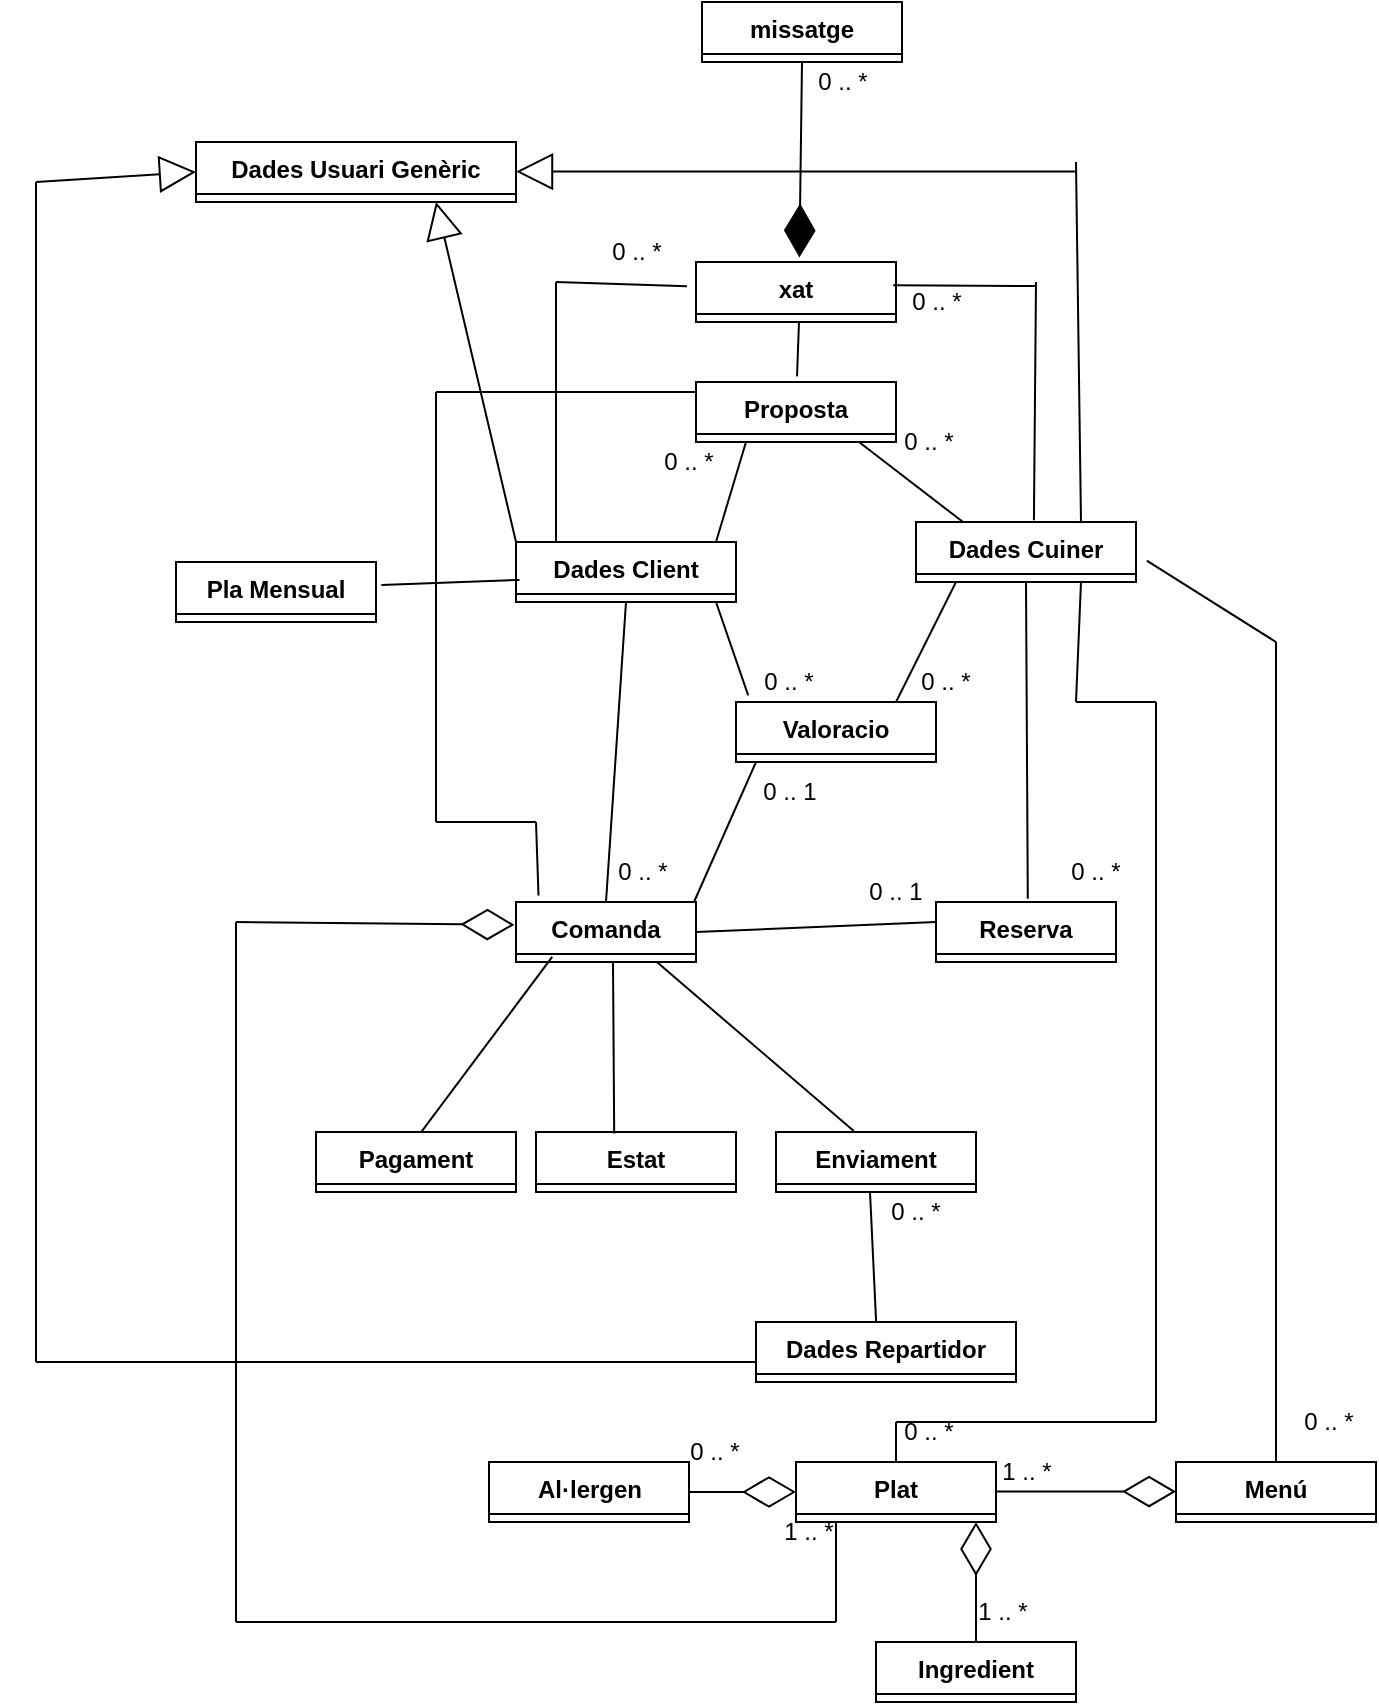
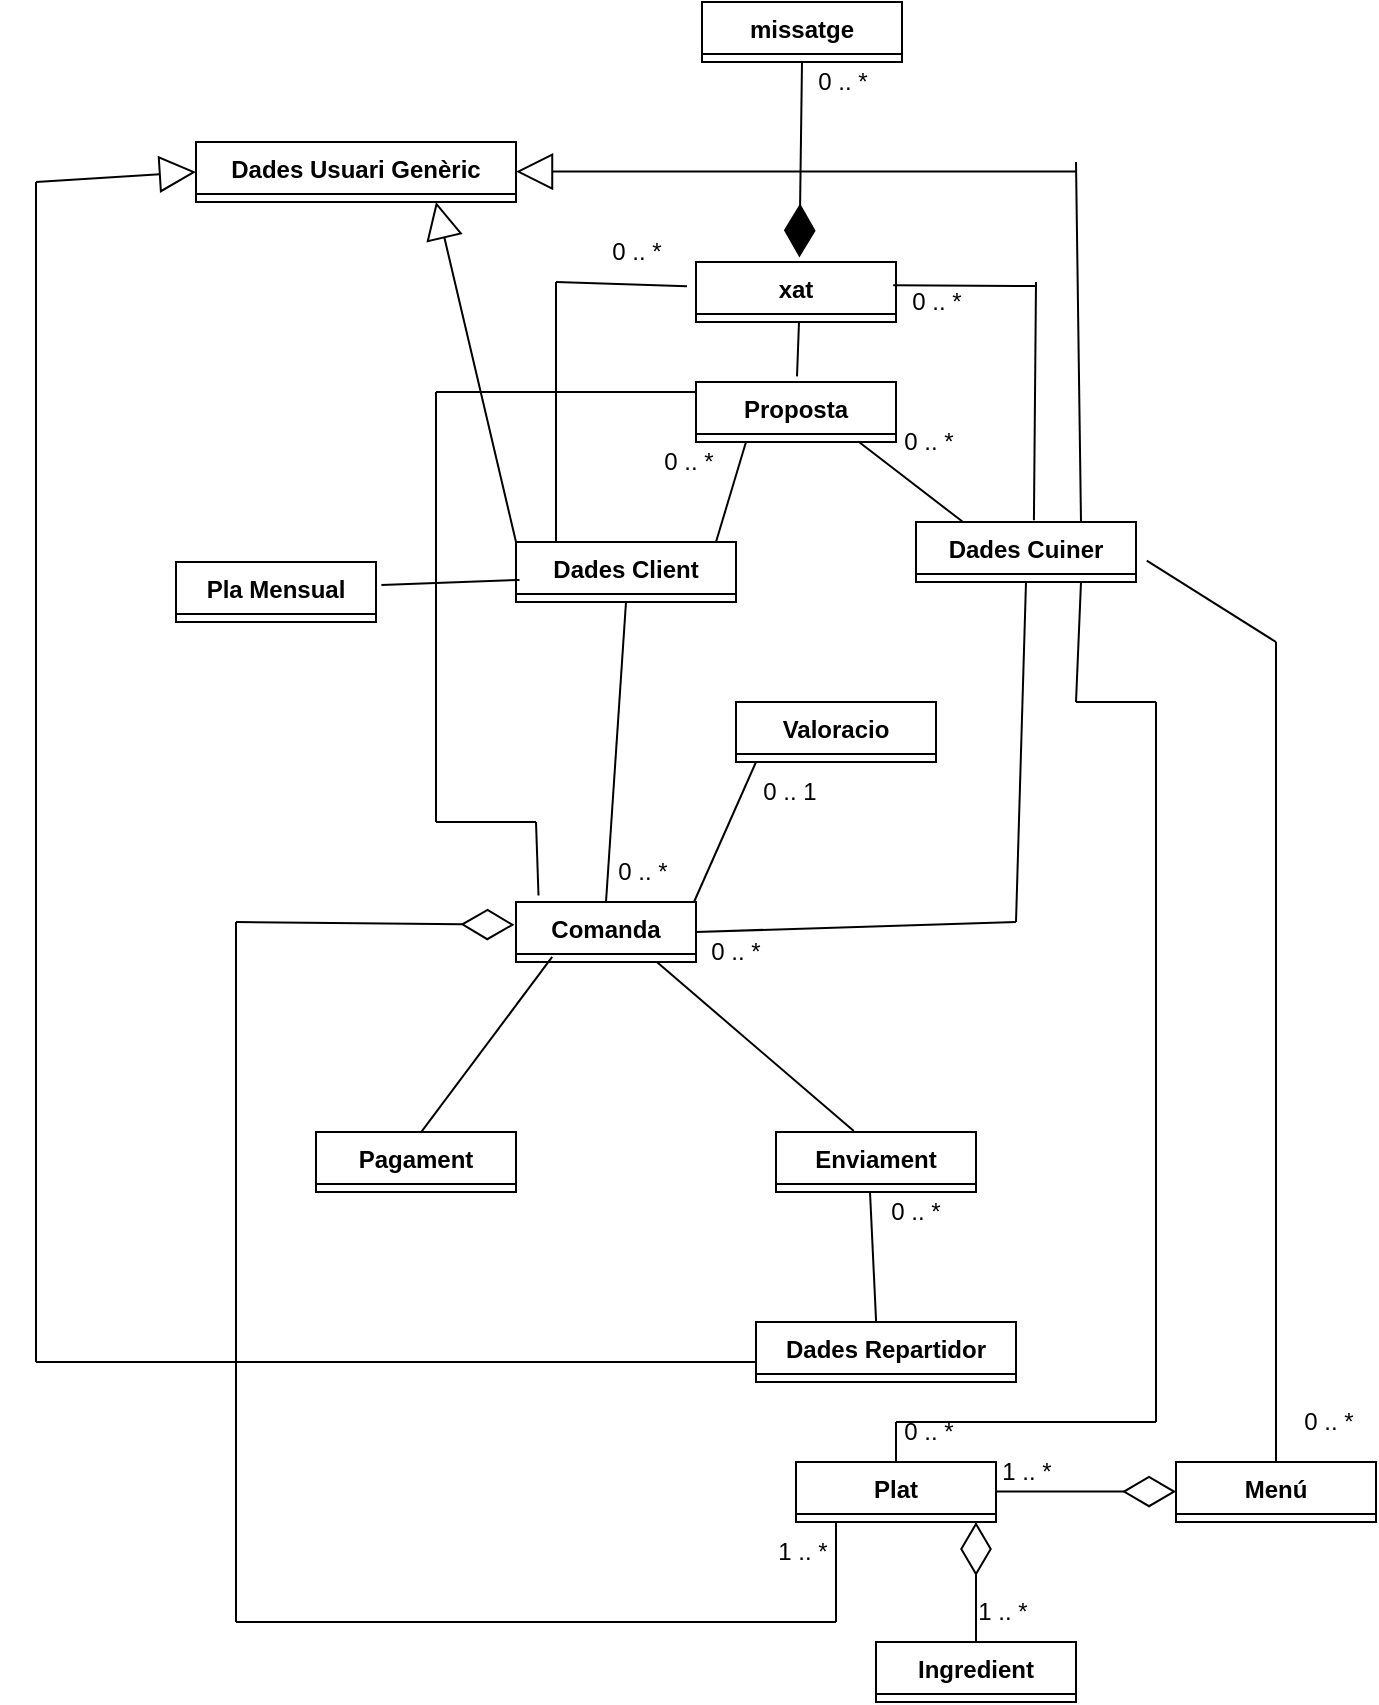
- <mxfile host="app.diagrams.net">
+ <mxfile host="Electron">
  <diagram name="Página-1" id="IOHTRHaeHgb_LXpDFm6y">
-     <mxGraphModel grid="1" page="1" gridSize="10" guides="1" tooltips="1" connect="1" arrows="1" fold="1" pageScale="1" pageWidth="827" pageHeight="1169" math="0" shadow="0">
+     <mxGraphModel dx="1078" dy="1909" grid="1" gridSize="10" guides="1" tooltips="1" connect="1" arrows="1" fold="1" page="1" pageScale="1" pageWidth="827" pageHeight="1169" math="0" shadow="0">
      <root>
        <mxCell id="0" />
        <mxCell id="1" parent="0" />
        <mxCell id="nV1tfetJPaH9jbZvS-Vc-1" collapsed="1" parent="1" style="swimlane;fontStyle=1;align=center;verticalAlign=top;childLayout=stackLayout;horizontal=1;startSize=26;horizontalStack=0;resizeParent=1;resizeParentMax=0;resizeLast=0;collapsible=1;marginBottom=0;whiteSpace=wrap;html=1;" value="Dades Client" vertex="1">
          <mxGeometry height="30" width="110" x="300" y="220" as="geometry">
            <mxRectangle height="70" width="160" x="300" y="250" as="alternateBounds" />
          </mxGeometry>
        </mxCell>
        <mxCell id="nV1tfetJPaH9jbZvS-Vc-2" parent="nV1tfetJPaH9jbZvS-Vc-1" style="text;strokeColor=none;fillColor=none;align=left;verticalAlign=top;spacingLeft=4;spacingRight=4;overflow=hidden;rotatable=0;points=[[0,0.5],[1,0.5]];portConstraint=eastwest;whiteSpace=wrap;html=1;" value="&amp;nbsp;" vertex="1">
          <mxGeometry height="14" width="160" y="26" as="geometry" />
        </mxCell>
        <mxCell id="nV1tfetJPaH9jbZvS-Vc-3" parent="nV1tfetJPaH9jbZvS-Vc-1" style="line;strokeWidth=1;fillColor=none;align=left;verticalAlign=middle;spacingTop=-1;spacingLeft=3;spacingRight=3;rotatable=0;labelPosition=right;points=[];portConstraint=eastwest;strokeColor=inherit;" value="" vertex="1">
          <mxGeometry height="8" width="160" y="40" as="geometry" />
        </mxCell>
        <mxCell id="nV1tfetJPaH9jbZvS-Vc-4" parent="nV1tfetJPaH9jbZvS-Vc-1" style="text;strokeColor=none;fillColor=none;align=left;verticalAlign=top;spacingLeft=4;spacingRight=4;overflow=hidden;rotatable=0;points=[[0,0.5],[1,0.5]];portConstraint=eastwest;whiteSpace=wrap;html=1;" value="&lt;font&gt;&amp;nbsp;&lt;/font&gt;" vertex="1">
          <mxGeometry height="22" width="160" y="48" as="geometry" />
        </mxCell>
        <mxCell id="RDBQi9pc5qZvOdEaVm8q-1" collapsed="1" parent="1" style="swimlane;fontStyle=1;align=center;verticalAlign=top;childLayout=stackLayout;horizontal=1;startSize=26;horizontalStack=0;resizeParent=1;resizeParentMax=0;resizeLast=0;collapsible=1;marginBottom=0;whiteSpace=wrap;html=1;" value="Dades Usuari Genèric" vertex="1">
          <mxGeometry height="30" width="160" x="140" y="20" as="geometry">
            <mxRectangle height="70" width="160" x="300" y="100" as="alternateBounds" />
          </mxGeometry>
        </mxCell>
        <mxCell id="RDBQi9pc5qZvOdEaVm8q-2" parent="RDBQi9pc5qZvOdEaVm8q-1" style="text;strokeColor=none;fillColor=none;align=left;verticalAlign=top;spacingLeft=4;spacingRight=4;overflow=hidden;rotatable=0;points=[[0,0.5],[1,0.5]];portConstraint=eastwest;whiteSpace=wrap;html=1;" value="&amp;nbsp;" vertex="1">
          <mxGeometry height="14" width="160" y="26" as="geometry" />
        </mxCell>
        <mxCell id="RDBQi9pc5qZvOdEaVm8q-3" parent="RDBQi9pc5qZvOdEaVm8q-1" style="line;strokeWidth=1;fillColor=none;align=left;verticalAlign=middle;spacingTop=-1;spacingLeft=3;spacingRight=3;rotatable=0;labelPosition=right;points=[];portConstraint=eastwest;strokeColor=inherit;" value="" vertex="1">
          <mxGeometry height="8" width="160" y="40" as="geometry" />
        </mxCell>
        <mxCell id="RDBQi9pc5qZvOdEaVm8q-4" parent="RDBQi9pc5qZvOdEaVm8q-1" style="text;strokeColor=none;fillColor=none;align=left;verticalAlign=top;spacingLeft=4;spacingRight=4;overflow=hidden;rotatable=0;points=[[0,0.5],[1,0.5]];portConstraint=eastwest;whiteSpace=wrap;html=1;" value="&lt;font&gt;&amp;nbsp;&lt;/font&gt;" vertex="1">
          <mxGeometry height="22" width="160" y="48" as="geometry" />
        </mxCell>
        <mxCell id="RDBQi9pc5qZvOdEaVm8q-6" collapsed="1" parent="1" style="swimlane;fontStyle=1;align=center;verticalAlign=top;childLayout=stackLayout;horizontal=1;startSize=26;horizontalStack=0;resizeParent=1;resizeParentMax=0;resizeLast=0;collapsible=1;marginBottom=0;whiteSpace=wrap;html=1;" value="Dades Cuiner" vertex="1">
          <mxGeometry height="30" width="110" x="500" y="210" as="geometry">
            <mxRectangle height="70" width="160" x="490" y="250" as="alternateBounds" />
          </mxGeometry>
        </mxCell>
        <mxCell id="RDBQi9pc5qZvOdEaVm8q-7" parent="RDBQi9pc5qZvOdEaVm8q-6" style="text;strokeColor=none;fillColor=none;align=left;verticalAlign=top;spacingLeft=4;spacingRight=4;overflow=hidden;rotatable=0;points=[[0,0.5],[1,0.5]];portConstraint=eastwest;whiteSpace=wrap;html=1;" value="&amp;nbsp;" vertex="1">
          <mxGeometry height="14" width="160" y="26" as="geometry" />
        </mxCell>
        <mxCell id="RDBQi9pc5qZvOdEaVm8q-8" parent="RDBQi9pc5qZvOdEaVm8q-6" style="line;strokeWidth=1;fillColor=none;align=left;verticalAlign=middle;spacingTop=-1;spacingLeft=3;spacingRight=3;rotatable=0;labelPosition=right;points=[];portConstraint=eastwest;strokeColor=inherit;" value="" vertex="1">
          <mxGeometry height="8" width="160" y="40" as="geometry" />
        </mxCell>
        <mxCell id="RDBQi9pc5qZvOdEaVm8q-9" parent="RDBQi9pc5qZvOdEaVm8q-6" style="text;strokeColor=none;fillColor=none;align=left;verticalAlign=top;spacingLeft=4;spacingRight=4;overflow=hidden;rotatable=0;points=[[0,0.5],[1,0.5]];portConstraint=eastwest;whiteSpace=wrap;html=1;" value="&lt;font&gt;&amp;nbsp;&lt;/font&gt;" vertex="1">
          <mxGeometry height="22" width="160" y="48" as="geometry" />
        </mxCell>
        <mxCell id="RDBQi9pc5qZvOdEaVm8q-138" edge="1" parent="RDBQi9pc5qZvOdEaVm8q-6" style="endArrow=none;html=1;rounded=0;" value="">
          <mxGeometry height="50" relative="1" width="50" as="geometry">
            <mxPoint x="10" y="10" as="sourcePoint" />
            <mxPoint x="60" y="-40" as="targetPoint" />
          </mxGeometry>
        </mxCell>
        <mxCell id="RDBQi9pc5qZvOdEaVm8q-10" collapsed="1" parent="1" style="swimlane;fontStyle=1;align=center;verticalAlign=top;childLayout=stackLayout;horizontal=1;startSize=26;horizontalStack=0;resizeParent=1;resizeParentMax=0;resizeLast=0;collapsible=1;marginBottom=0;whiteSpace=wrap;html=1;" value="Dades Repartidor" vertex="1">
          <mxGeometry height="30" width="130" x="420" y="610" as="geometry">
            <mxRectangle height="70" width="160" x="110" y="250" as="alternateBounds" />
          </mxGeometry>
        </mxCell>
        <mxCell id="RDBQi9pc5qZvOdEaVm8q-11" parent="RDBQi9pc5qZvOdEaVm8q-10" style="text;strokeColor=none;fillColor=none;align=left;verticalAlign=top;spacingLeft=4;spacingRight=4;overflow=hidden;rotatable=0;points=[[0,0.5],[1,0.5]];portConstraint=eastwest;whiteSpace=wrap;html=1;" value="&amp;nbsp;" vertex="1">
          <mxGeometry height="14" width="160" y="26" as="geometry" />
        </mxCell>
        <mxCell id="RDBQi9pc5qZvOdEaVm8q-12" parent="RDBQi9pc5qZvOdEaVm8q-10" style="line;strokeWidth=1;fillColor=none;align=left;verticalAlign=middle;spacingTop=-1;spacingLeft=3;spacingRight=3;rotatable=0;labelPosition=right;points=[];portConstraint=eastwest;strokeColor=inherit;" value="" vertex="1">
          <mxGeometry height="8" width="160" y="40" as="geometry" />
        </mxCell>
        <mxCell id="RDBQi9pc5qZvOdEaVm8q-13" parent="RDBQi9pc5qZvOdEaVm8q-10" style="text;strokeColor=none;fillColor=none;align=left;verticalAlign=top;spacingLeft=4;spacingRight=4;overflow=hidden;rotatable=0;points=[[0,0.5],[1,0.5]];portConstraint=eastwest;whiteSpace=wrap;html=1;" value="&lt;font&gt;&amp;nbsp;&lt;/font&gt;" vertex="1">
          <mxGeometry height="22" width="160" y="48" as="geometry" />
        </mxCell>
        <mxCell id="RDBQi9pc5qZvOdEaVm8q-14" collapsed="1" parent="1" style="swimlane;fontStyle=1;align=center;verticalAlign=top;childLayout=stackLayout;horizontal=1;startSize=26;horizontalStack=0;resizeParent=1;resizeParentMax=0;resizeLast=0;collapsible=1;marginBottom=0;whiteSpace=wrap;html=1;" value="Comanda" vertex="1">
          <mxGeometry height="30" width="90" x="300" y="400" as="geometry">
            <mxRectangle height="70" width="160" x="300" y="400" as="alternateBounds" />
          </mxGeometry>
        </mxCell>
        <mxCell id="RDBQi9pc5qZvOdEaVm8q-15" parent="RDBQi9pc5qZvOdEaVm8q-14" style="text;strokeColor=none;fillColor=none;align=left;verticalAlign=top;spacingLeft=4;spacingRight=4;overflow=hidden;rotatable=0;points=[[0,0.5],[1,0.5]];portConstraint=eastwest;whiteSpace=wrap;html=1;" value="&amp;nbsp;" vertex="1">
          <mxGeometry height="14" width="160" y="26" as="geometry" />
        </mxCell>
        <mxCell id="RDBQi9pc5qZvOdEaVm8q-16" parent="RDBQi9pc5qZvOdEaVm8q-14" style="line;strokeWidth=1;fillColor=none;align=left;verticalAlign=middle;spacingTop=-1;spacingLeft=3;spacingRight=3;rotatable=0;labelPosition=right;points=[];portConstraint=eastwest;strokeColor=inherit;" value="" vertex="1">
          <mxGeometry height="8" width="160" y="40" as="geometry" />
        </mxCell>
        <mxCell id="RDBQi9pc5qZvOdEaVm8q-17" parent="RDBQi9pc5qZvOdEaVm8q-14" style="text;strokeColor=none;fillColor=none;align=left;verticalAlign=top;spacingLeft=4;spacingRight=4;overflow=hidden;rotatable=0;points=[[0,0.5],[1,0.5]];portConstraint=eastwest;whiteSpace=wrap;html=1;" value="&lt;font&gt;&amp;nbsp;&lt;/font&gt;" vertex="1">
          <mxGeometry height="22" width="160" y="48" as="geometry" />
        </mxCell>
        <mxCell id="RDBQi9pc5qZvOdEaVm8q-18" edge="1" parent="1" source="RDBQi9pc5qZvOdEaVm8q-14" style="endArrow=none;html=1;rounded=0;exitX=0.5;exitY=0;exitDx=0;exitDy=0;entryX=0.5;entryY=1;entryDx=0;entryDy=0;" target="nV1tfetJPaH9jbZvS-Vc-1" value="">
          <mxGeometry height="50" relative="1" width="50" as="geometry">
            <mxPoint x="330" y="370" as="sourcePoint" />
            <mxPoint x="380" y="320" as="targetPoint" />
          </mxGeometry>
        </mxCell>
        <mxCell id="RDBQi9pc5qZvOdEaVm8q-19" parent="1" style="text;html=1;whiteSpace=wrap;strokeColor=none;fillColor=none;align=center;verticalAlign=middle;rounded=0;" value="0 .. *" vertex="1">
          <mxGeometry height="20" width="47" x="339.5" y="375" as="geometry" />
        </mxCell>
        <mxCell id="RDBQi9pc5qZvOdEaVm8q-21" collapsed="1" parent="1" style="swimlane;fontStyle=1;align=center;verticalAlign=top;childLayout=stackLayout;horizontal=1;startSize=26;horizontalStack=0;resizeParent=1;resizeParentMax=0;resizeLast=0;collapsible=1;marginBottom=0;whiteSpace=wrap;html=1;" value="Pagament" vertex="1">
          <mxGeometry height="30" width="100" x="200" y="515" as="geometry">
            <mxRectangle height="70" width="160" x="200" y="515" as="alternateBounds" />
          </mxGeometry>
        </mxCell>
        <mxCell id="RDBQi9pc5qZvOdEaVm8q-22" parent="RDBQi9pc5qZvOdEaVm8q-21" style="text;strokeColor=none;fillColor=none;align=left;verticalAlign=top;spacingLeft=4;spacingRight=4;overflow=hidden;rotatable=0;points=[[0,0.5],[1,0.5]];portConstraint=eastwest;whiteSpace=wrap;html=1;" value="&amp;nbsp;" vertex="1">
          <mxGeometry height="14" width="160" y="26" as="geometry" />
        </mxCell>
        <mxCell id="RDBQi9pc5qZvOdEaVm8q-23" parent="RDBQi9pc5qZvOdEaVm8q-21" style="line;strokeWidth=1;fillColor=none;align=left;verticalAlign=middle;spacingTop=-1;spacingLeft=3;spacingRight=3;rotatable=0;labelPosition=right;points=[];portConstraint=eastwest;strokeColor=inherit;" value="" vertex="1">
          <mxGeometry height="8" width="160" y="40" as="geometry" />
        </mxCell>
        <mxCell id="RDBQi9pc5qZvOdEaVm8q-24" parent="RDBQi9pc5qZvOdEaVm8q-21" style="text;strokeColor=none;fillColor=none;align=left;verticalAlign=top;spacingLeft=4;spacingRight=4;overflow=hidden;rotatable=0;points=[[0,0.5],[1,0.5]];portConstraint=eastwest;whiteSpace=wrap;html=1;" value="&lt;font&gt;&amp;nbsp;&lt;/font&gt;" vertex="1">
          <mxGeometry height="22" width="160" y="48" as="geometry" />
        </mxCell>
        <mxCell id="RDBQi9pc5qZvOdEaVm8q-25" collapsed="1" parent="1" style="swimlane;fontStyle=1;align=center;verticalAlign=top;childLayout=stackLayout;horizontal=1;startSize=26;horizontalStack=0;resizeParent=1;resizeParentMax=0;resizeLast=0;collapsible=1;marginBottom=0;whiteSpace=wrap;html=1;" value="Enviament" vertex="1">
          <mxGeometry height="30" width="100" x="430" y="515" as="geometry">
            <mxRectangle height="70" width="160" x="430" y="515" as="alternateBounds" />
          </mxGeometry>
        </mxCell>
        <mxCell id="RDBQi9pc5qZvOdEaVm8q-26" parent="RDBQi9pc5qZvOdEaVm8q-25" style="text;strokeColor=none;fillColor=none;align=left;verticalAlign=top;spacingLeft=4;spacingRight=4;overflow=hidden;rotatable=0;points=[[0,0.5],[1,0.5]];portConstraint=eastwest;whiteSpace=wrap;html=1;" value="&amp;nbsp;" vertex="1">
          <mxGeometry height="14" width="160" y="26" as="geometry" />
        </mxCell>
        <mxCell id="RDBQi9pc5qZvOdEaVm8q-27" parent="RDBQi9pc5qZvOdEaVm8q-25" style="line;strokeWidth=1;fillColor=none;align=left;verticalAlign=middle;spacingTop=-1;spacingLeft=3;spacingRight=3;rotatable=0;labelPosition=right;points=[];portConstraint=eastwest;strokeColor=inherit;" value="" vertex="1">
          <mxGeometry height="8" width="160" y="40" as="geometry" />
        </mxCell>
        <mxCell id="RDBQi9pc5qZvOdEaVm8q-28" parent="RDBQi9pc5qZvOdEaVm8q-25" style="text;strokeColor=none;fillColor=none;align=left;verticalAlign=top;spacingLeft=4;spacingRight=4;overflow=hidden;rotatable=0;points=[[0,0.5],[1,0.5]];portConstraint=eastwest;whiteSpace=wrap;html=1;" value="&lt;font&gt;&amp;nbsp;&lt;/font&gt;" vertex="1">
          <mxGeometry height="22" width="160" y="48" as="geometry" />
        </mxCell>
        <mxCell id="RDBQi9pc5qZvOdEaVm8q-29" edge="1" parent="1" source="RDBQi9pc5qZvOdEaVm8q-21" style="endArrow=none;html=1;rounded=0;exitX=0.524;exitY=0.011;exitDx=0;exitDy=0;exitPerimeter=0;entryX=0.201;entryY=0.915;entryDx=0;entryDy=0;entryPerimeter=0;" target="RDBQi9pc5qZvOdEaVm8q-17" value="">
          <mxGeometry height="50" relative="1" width="50" as="geometry">
            <mxPoint x="320" y="550" as="sourcePoint" />
            <mxPoint x="320" y="470" as="targetPoint" />
          </mxGeometry>
        </mxCell>
        <mxCell id="RDBQi9pc5qZvOdEaVm8q-30" edge="1" parent="1" source="RDBQi9pc5qZvOdEaVm8q-25" style="endArrow=none;html=1;rounded=0;exitX=0.389;exitY=-0.015;exitDx=0;exitDy=0;exitPerimeter=0;entryX=0.781;entryY=0.996;entryDx=0;entryDy=0;entryPerimeter=0;" target="RDBQi9pc5qZvOdEaVm8q-17" value="">
          <mxGeometry height="50" relative="1" width="50" as="geometry">
            <mxPoint x="420" y="550" as="sourcePoint" />
            <mxPoint x="420" y="470" as="targetPoint" />
          </mxGeometry>
        </mxCell>
-         <mxCell id="RDBQi9pc5qZvOdEaVm8q-33" collapsed="1" parent="1" style="swimlane;fontStyle=1;align=center;verticalAlign=top;childLayout=stackLayout;horizontal=1;startSize=26;horizontalStack=0;resizeParent=1;resizeParentMax=0;resizeLast=0;collapsible=1;marginBottom=0;whiteSpace=wrap;html=1;" value="Reserva" vertex="1">
-           <mxGeometry height="30" width="90" x="510" y="400" as="geometry">
-             <mxRectangle height="70" width="160" x="510" y="400" as="alternateBounds" />
-           </mxGeometry>
-         </mxCell>
-         <mxCell id="RDBQi9pc5qZvOdEaVm8q-34" parent="RDBQi9pc5qZvOdEaVm8q-33" style="text;strokeColor=none;fillColor=none;align=left;verticalAlign=top;spacingLeft=4;spacingRight=4;overflow=hidden;rotatable=0;points=[[0,0.5],[1,0.5]];portConstraint=eastwest;whiteSpace=wrap;html=1;" value="&amp;nbsp;" vertex="1">
-           <mxGeometry height="14" width="160" y="26" as="geometry" />
-         </mxCell>
-         <mxCell id="RDBQi9pc5qZvOdEaVm8q-35" parent="RDBQi9pc5qZvOdEaVm8q-33" style="line;strokeWidth=1;fillColor=none;align=left;verticalAlign=middle;spacingTop=-1;spacingLeft=3;spacingRight=3;rotatable=0;labelPosition=right;points=[];portConstraint=eastwest;strokeColor=inherit;" value="" vertex="1">
-           <mxGeometry height="8" width="160" y="40" as="geometry" />
-         </mxCell>
-         <mxCell id="RDBQi9pc5qZvOdEaVm8q-36" parent="RDBQi9pc5qZvOdEaVm8q-33" style="text;strokeColor=none;fillColor=none;align=left;verticalAlign=top;spacingLeft=4;spacingRight=4;overflow=hidden;rotatable=0;points=[[0,0.5],[1,0.5]];portConstraint=eastwest;whiteSpace=wrap;html=1;" value="&lt;font&gt;&amp;nbsp;&lt;/font&gt;" vertex="1">
-           <mxGeometry height="22" width="160" y="48" as="geometry" />
-         </mxCell>
-         <mxCell id="RDBQi9pc5qZvOdEaVm8q-37" edge="1" parent="1" source="RDBQi9pc5qZvOdEaVm8q-33" style="endArrow=none;html=1;rounded=0;exitX=0.51;exitY=-0.056;exitDx=0;exitDy=0;exitPerimeter=0;entryX=0.5;entryY=1;entryDx=0;entryDy=0;" target="RDBQi9pc5qZvOdEaVm8q-6" value="">
-           <mxGeometry height="50" relative="1" width="50" as="geometry">
-             <mxPoint x="540" y="370" as="sourcePoint" />
+         <mxCell id="RDBQi9pc5qZvOdEaVm8q-37" edge="1" parent="1" style="endArrow=none;html=1;rounded=0;entryX=0.5;entryY=1;entryDx=0;entryDy=0;" target="RDBQi9pc5qZvOdEaVm8q-6" value="">
+           <mxGeometry height="50" relative="1" width="50" as="geometry">
+             <mxPoint x="550" y="410" as="sourcePoint" />
            <mxPoint x="590" y="320" as="targetPoint" />
          </mxGeometry>
        </mxCell>
-         <mxCell id="RDBQi9pc5qZvOdEaVm8q-40" parent="1" style="text;html=1;whiteSpace=wrap;strokeColor=none;fillColor=none;align=center;verticalAlign=middle;rounded=0;" value="0 .. *" vertex="1">
-           <mxGeometry height="30" width="60" x="560" y="370" as="geometry" />
-         </mxCell>
        <mxCell id="RDBQi9pc5qZvOdEaVm8q-41" edge="1" parent="1" source="RDBQi9pc5qZvOdEaVm8q-14" style="endArrow=none;html=1;rounded=0;exitX=1;exitY=0.5;exitDx=0;exitDy=0;" value="">
          <mxGeometry height="50" relative="1" width="50" as="geometry">
            <mxPoint x="460" y="460" as="sourcePoint" />
-             <mxPoint x="510" y="410" as="targetPoint" />
-           </mxGeometry>
-         </mxCell>
-         <mxCell id="RDBQi9pc5qZvOdEaVm8q-44" parent="1" style="text;html=1;whiteSpace=wrap;strokeColor=none;fillColor=none;align=center;verticalAlign=middle;rounded=0;" value="0 .. 1" vertex="1">
-           <mxGeometry height="30" width="60" x="460" y="380" as="geometry" />
+             <mxPoint x="550" y="410" as="targetPoint" />
+           </mxGeometry>
+         </mxCell>
+         <mxCell id="RDBQi9pc5qZvOdEaVm8q-44" parent="1" style="text;html=1;whiteSpace=wrap;strokeColor=none;fillColor=none;align=center;verticalAlign=middle;rounded=0;" value="0 .. *" vertex="1">
+           <mxGeometry height="30" width="60" x="380" y="410" as="geometry" />
        </mxCell>
        <mxCell id="RDBQi9pc5qZvOdEaVm8q-46" edge="1" parent="1" source="RDBQi9pc5qZvOdEaVm8q-10" style="endArrow=none;html=1;rounded=0;exitX=0.462;exitY=0;exitDx=0;exitDy=0;exitPerimeter=0;entryX=0.781;entryY=0.996;entryDx=0;entryDy=0;entryPerimeter=0;" value="">
          <mxGeometry height="50" relative="1" width="50" as="geometry">
            <mxPoint x="576" y="630" as="sourcePoint" />
            <mxPoint x="477" y="545" as="targetPoint" />
          </mxGeometry>
        </mxCell>
        <mxCell id="RDBQi9pc5qZvOdEaVm8q-50" parent="1" style="text;html=1;whiteSpace=wrap;strokeColor=none;fillColor=none;align=center;verticalAlign=middle;rounded=0;" value="0 .. *" vertex="1">
          <mxGeometry height="20" width="40" x="480" y="545" as="geometry" />
        </mxCell>
        <mxCell id="RDBQi9pc5qZvOdEaVm8q-56" collapsed="1" parent="1" style="swimlane;fontStyle=1;align=center;verticalAlign=top;childLayout=stackLayout;horizontal=1;startSize=26;horizontalStack=0;resizeParent=1;resizeParentMax=0;resizeLast=0;collapsible=1;marginBottom=0;whiteSpace=wrap;html=1;" value="Plat" vertex="1">
          <mxGeometry height="30" width="100" x="440" y="680" as="geometry">
            <mxRectangle height="70" width="160" x="200" y="515" as="alternateBounds" />
          </mxGeometry>
        </mxCell>
        <mxCell id="RDBQi9pc5qZvOdEaVm8q-57" parent="RDBQi9pc5qZvOdEaVm8q-56" style="text;strokeColor=none;fillColor=none;align=left;verticalAlign=top;spacingLeft=4;spacingRight=4;overflow=hidden;rotatable=0;points=[[0,0.5],[1,0.5]];portConstraint=eastwest;whiteSpace=wrap;html=1;" value="&amp;nbsp;" vertex="1">
          <mxGeometry height="14" width="160" y="26" as="geometry" />
        </mxCell>
        <mxCell id="RDBQi9pc5qZvOdEaVm8q-58" parent="RDBQi9pc5qZvOdEaVm8q-56" style="line;strokeWidth=1;fillColor=none;align=left;verticalAlign=middle;spacingTop=-1;spacingLeft=3;spacingRight=3;rotatable=0;labelPosition=right;points=[];portConstraint=eastwest;strokeColor=inherit;" value="" vertex="1">
          <mxGeometry height="8" width="160" y="40" as="geometry" />
        </mxCell>
        <mxCell id="RDBQi9pc5qZvOdEaVm8q-59" parent="RDBQi9pc5qZvOdEaVm8q-56" style="text;strokeColor=none;fillColor=none;align=left;verticalAlign=top;spacingLeft=4;spacingRight=4;overflow=hidden;rotatable=0;points=[[0,0.5],[1,0.5]];portConstraint=eastwest;whiteSpace=wrap;html=1;" value="&lt;font&gt;&amp;nbsp;&lt;/font&gt;" vertex="1">
          <mxGeometry height="22" width="160" y="48" as="geometry" />
        </mxCell>
        <mxCell id="RDBQi9pc5qZvOdEaVm8q-71" edge="1" parent="RDBQi9pc5qZvOdEaVm8q-56" style="endArrow=diamondThin;endFill=1;endSize=24;html=1;rounded=0;" value="">
          <mxGeometry relative="1" width="160" as="geometry">
            <mxPoint x="60" y="14.759999999999991" as="sourcePoint" />
            <mxPoint x="220" y="14.759999999999991" as="targetPoint" />
          </mxGeometry>
        </mxCell>
        <mxCell id="RDBQi9pc5qZvOdEaVm8q-65" edge="1" parent="1" source="RDBQi9pc5qZvOdEaVm8q-60" style="endArrow=none;html=1;rounded=0;" value="">
          <mxGeometry height="50" relative="1" width="50" as="geometry">
            <mxPoint x="680" y="680" as="sourcePoint" />
            <mxPoint x="680" y="270" as="targetPoint" />
          </mxGeometry>
        </mxCell>
        <mxCell id="RDBQi9pc5qZvOdEaVm8q-67" edge="1" parent="1" source="RDBQi9pc5qZvOdEaVm8q-6" style="endArrow=none;html=1;rounded=0;exitX=1.049;exitY=0.644;exitDx=0;exitDy=0;exitPerimeter=0;" value="">
          <mxGeometry height="50" relative="1" width="50" as="geometry">
            <mxPoint x="630" y="320" as="sourcePoint" />
            <mxPoint x="680" y="270" as="targetPoint" />
          </mxGeometry>
        </mxCell>
        <mxCell id="RDBQi9pc5qZvOdEaVm8q-70" parent="1" style="text;html=1;whiteSpace=wrap;strokeColor=none;fillColor=none;align=center;verticalAlign=middle;rounded=0;" value="0 .. *" vertex="1">
          <mxGeometry height="20" width="47" x="683" y="650" as="geometry" />
        </mxCell>
        <mxCell id="RDBQi9pc5qZvOdEaVm8q-73" edge="1" parent="1" style="endArrow=none;html=1;rounded=0;" target="RDBQi9pc5qZvOdEaVm8q-60" value="">
          <mxGeometry height="50" relative="1" width="50" as="geometry">
            <mxPoint x="680" y="680" as="sourcePoint" />
            <mxPoint x="680" y="270" as="targetPoint" />
          </mxGeometry>
        </mxCell>
        <mxCell id="RDBQi9pc5qZvOdEaVm8q-60" collapsed="1" parent="1" style="swimlane;fontStyle=1;align=center;verticalAlign=top;childLayout=stackLayout;horizontal=1;startSize=26;horizontalStack=0;resizeParent=1;resizeParentMax=0;resizeLast=0;collapsible=1;marginBottom=0;whiteSpace=wrap;html=1;" value="Menú" vertex="1">
          <mxGeometry height="30" width="100" x="630" y="680" as="geometry">
            <mxRectangle height="70" width="160" x="200" y="515" as="alternateBounds" />
          </mxGeometry>
        </mxCell>
        <mxCell id="RDBQi9pc5qZvOdEaVm8q-61" parent="RDBQi9pc5qZvOdEaVm8q-60" style="text;strokeColor=none;fillColor=none;align=left;verticalAlign=top;spacingLeft=4;spacingRight=4;overflow=hidden;rotatable=0;points=[[0,0.5],[1,0.5]];portConstraint=eastwest;whiteSpace=wrap;html=1;" value="&amp;nbsp;" vertex="1">
          <mxGeometry height="14" width="160" y="26" as="geometry" />
        </mxCell>
        <mxCell id="RDBQi9pc5qZvOdEaVm8q-62" parent="RDBQi9pc5qZvOdEaVm8q-60" style="line;strokeWidth=1;fillColor=none;align=left;verticalAlign=middle;spacingTop=-1;spacingLeft=3;spacingRight=3;rotatable=0;labelPosition=right;points=[];portConstraint=eastwest;strokeColor=inherit;" value="" vertex="1">
          <mxGeometry height="8" width="160" y="40" as="geometry" />
        </mxCell>
        <mxCell id="RDBQi9pc5qZvOdEaVm8q-63" parent="RDBQi9pc5qZvOdEaVm8q-60" style="text;strokeColor=none;fillColor=none;align=left;verticalAlign=top;spacingLeft=4;spacingRight=4;overflow=hidden;rotatable=0;points=[[0,0.5],[1,0.5]];portConstraint=eastwest;whiteSpace=wrap;html=1;" value="&lt;font&gt;&amp;nbsp;&lt;/font&gt;" vertex="1">
          <mxGeometry height="22" width="160" y="48" as="geometry" />
        </mxCell>
        <mxCell id="RDBQi9pc5qZvOdEaVm8q-74" edge="1" parent="1" style="endArrow=diamondThin;endFill=0;endSize=24;html=1;rounded=0;" value="">
          <mxGeometry relative="1" width="160" as="geometry">
            <mxPoint x="540" y="694.76" as="sourcePoint" />
            <mxPoint x="630" y="694.76" as="targetPoint" />
          </mxGeometry>
        </mxCell>
        <mxCell id="RDBQi9pc5qZvOdEaVm8q-75" parent="1" style="text;html=1;whiteSpace=wrap;strokeColor=none;fillColor=none;align=center;verticalAlign=middle;rounded=0;" value="1 .. *" vertex="1">
          <mxGeometry height="10" width="27" x="541.5" y="680" as="geometry" />
        </mxCell>
        <mxCell id="RDBQi9pc5qZvOdEaVm8q-76" collapsed="1" parent="1" style="swimlane;fontStyle=1;align=center;verticalAlign=top;childLayout=stackLayout;horizontal=1;startSize=26;horizontalStack=0;resizeParent=1;resizeParentMax=0;resizeLast=0;collapsible=1;marginBottom=0;whiteSpace=wrap;html=1;" value="Ingredient" vertex="1">
          <mxGeometry height="30" width="100" x="480" y="770" as="geometry">
            <mxRectangle height="70" width="160" x="200" y="515" as="alternateBounds" />
          </mxGeometry>
        </mxCell>
        <mxCell id="RDBQi9pc5qZvOdEaVm8q-77" parent="RDBQi9pc5qZvOdEaVm8q-76" style="text;strokeColor=none;fillColor=none;align=left;verticalAlign=top;spacingLeft=4;spacingRight=4;overflow=hidden;rotatable=0;points=[[0,0.5],[1,0.5]];portConstraint=eastwest;whiteSpace=wrap;html=1;" value="&amp;nbsp;" vertex="1">
          <mxGeometry height="14" width="160" y="26" as="geometry" />
        </mxCell>
        <mxCell id="RDBQi9pc5qZvOdEaVm8q-78" parent="RDBQi9pc5qZvOdEaVm8q-76" style="line;strokeWidth=1;fillColor=none;align=left;verticalAlign=middle;spacingTop=-1;spacingLeft=3;spacingRight=3;rotatable=0;labelPosition=right;points=[];portConstraint=eastwest;strokeColor=inherit;" value="" vertex="1">
          <mxGeometry height="8" width="160" y="40" as="geometry" />
        </mxCell>
        <mxCell id="RDBQi9pc5qZvOdEaVm8q-79" parent="RDBQi9pc5qZvOdEaVm8q-76" style="text;strokeColor=none;fillColor=none;align=left;verticalAlign=top;spacingLeft=4;spacingRight=4;overflow=hidden;rotatable=0;points=[[0,0.5],[1,0.5]];portConstraint=eastwest;whiteSpace=wrap;html=1;" value="&lt;font&gt;&amp;nbsp;&lt;/font&gt;" vertex="1">
          <mxGeometry height="22" width="160" y="48" as="geometry" />
        </mxCell>
        <mxCell id="RDBQi9pc5qZvOdEaVm8q-80" edge="1" parent="1" source="RDBQi9pc5qZvOdEaVm8q-76" style="endArrow=diamondThin;endFill=0;endSize=24;html=1;rounded=0;exitX=0.5;exitY=0;exitDx=0;exitDy=0;" value="">
          <mxGeometry relative="1" width="160" as="geometry">
            <mxPoint x="530" y="760" as="sourcePoint" />
            <mxPoint x="530" y="710" as="targetPoint" />
          </mxGeometry>
        </mxCell>
        <mxCell id="RDBQi9pc5qZvOdEaVm8q-81" edge="1" parent="1" style="endArrow=none;html=1;rounded=0;" value="">
          <mxGeometry height="50" relative="1" width="50" as="geometry">
            <mxPoint x="490" y="680" as="sourcePoint" />
            <mxPoint x="490" y="660" as="targetPoint" />
          </mxGeometry>
        </mxCell>
        <mxCell id="RDBQi9pc5qZvOdEaVm8q-83" edge="1" parent="1" style="endArrow=none;html=1;rounded=0;" value="">
          <mxGeometry height="50" relative="1" width="50" as="geometry">
            <mxPoint x="490" y="660" as="sourcePoint" />
            <mxPoint x="620" y="660" as="targetPoint" />
          </mxGeometry>
        </mxCell>
        <mxCell id="RDBQi9pc5qZvOdEaVm8q-84" edge="1" parent="1" style="endArrow=none;html=1;rounded=0;" value="">
          <mxGeometry height="50" relative="1" width="50" as="geometry">
            <mxPoint x="620" y="660" as="sourcePoint" />
            <mxPoint x="620" y="300" as="targetPoint" />
          </mxGeometry>
        </mxCell>
        <mxCell id="RDBQi9pc5qZvOdEaVm8q-85" edge="1" parent="1" style="endArrow=none;html=1;rounded=0;" value="">
          <mxGeometry height="50" relative="1" width="50" as="geometry">
            <mxPoint x="580" y="300" as="sourcePoint" />
            <mxPoint x="620" y="300" as="targetPoint" />
          </mxGeometry>
        </mxCell>
        <mxCell id="RDBQi9pc5qZvOdEaVm8q-86" edge="1" parent="1" style="endArrow=none;html=1;rounded=0;entryX=0.75;entryY=1;entryDx=0;entryDy=0;" target="RDBQi9pc5qZvOdEaVm8q-6" value="">
          <mxGeometry height="50" relative="1" width="50" as="geometry">
            <mxPoint x="580" y="300" as="sourcePoint" />
            <mxPoint x="580" y="280" as="targetPoint" />
          </mxGeometry>
        </mxCell>
        <mxCell id="RDBQi9pc5qZvOdEaVm8q-87" collapsed="1" parent="1" style="swimlane;fontStyle=1;align=center;verticalAlign=top;childLayout=stackLayout;horizontal=1;startSize=26;horizontalStack=0;resizeParent=1;resizeParentMax=0;resizeLast=0;collapsible=1;marginBottom=0;whiteSpace=wrap;html=1;" value="xat" vertex="1">
          <mxGeometry height="30" width="100" x="390" y="80" as="geometry">
            <mxRectangle height="70" width="160" x="200" y="515" as="alternateBounds" />
          </mxGeometry>
        </mxCell>
        <mxCell id="RDBQi9pc5qZvOdEaVm8q-88" parent="RDBQi9pc5qZvOdEaVm8q-87" style="text;strokeColor=none;fillColor=none;align=left;verticalAlign=top;spacingLeft=4;spacingRight=4;overflow=hidden;rotatable=0;points=[[0,0.5],[1,0.5]];portConstraint=eastwest;whiteSpace=wrap;html=1;" value="&amp;nbsp;" vertex="1">
          <mxGeometry height="14" width="160" y="26" as="geometry" />
        </mxCell>
        <mxCell id="RDBQi9pc5qZvOdEaVm8q-89" parent="RDBQi9pc5qZvOdEaVm8q-87" style="line;strokeWidth=1;fillColor=none;align=left;verticalAlign=middle;spacingTop=-1;spacingLeft=3;spacingRight=3;rotatable=0;labelPosition=right;points=[];portConstraint=eastwest;strokeColor=inherit;" value="" vertex="1">
          <mxGeometry height="8" width="160" y="40" as="geometry" />
        </mxCell>
        <mxCell id="RDBQi9pc5qZvOdEaVm8q-90" parent="RDBQi9pc5qZvOdEaVm8q-87" style="text;strokeColor=none;fillColor=none;align=left;verticalAlign=top;spacingLeft=4;spacingRight=4;overflow=hidden;rotatable=0;points=[[0,0.5],[1,0.5]];portConstraint=eastwest;whiteSpace=wrap;html=1;" value="&lt;font&gt;&amp;nbsp;&lt;/font&gt;" vertex="1">
          <mxGeometry height="22" width="160" y="48" as="geometry" />
        </mxCell>
        <mxCell id="RDBQi9pc5qZvOdEaVm8q-95" collapsed="1" parent="1" style="swimlane;fontStyle=1;align=center;verticalAlign=top;childLayout=stackLayout;horizontal=1;startSize=26;horizontalStack=0;resizeParent=1;resizeParentMax=0;resizeLast=0;collapsible=1;marginBottom=0;whiteSpace=wrap;html=1;" value="Valoracio" vertex="1">
          <mxGeometry height="30" width="100" x="410" y="300" as="geometry">
            <mxRectangle height="70" width="160" x="200" y="515" as="alternateBounds" />
          </mxGeometry>
        </mxCell>
        <mxCell id="RDBQi9pc5qZvOdEaVm8q-96" parent="RDBQi9pc5qZvOdEaVm8q-95" style="text;strokeColor=none;fillColor=none;align=left;verticalAlign=top;spacingLeft=4;spacingRight=4;overflow=hidden;rotatable=0;points=[[0,0.5],[1,0.5]];portConstraint=eastwest;whiteSpace=wrap;html=1;" value="&amp;nbsp;" vertex="1">
          <mxGeometry height="14" width="160" y="26" as="geometry" />
        </mxCell>
        <mxCell id="RDBQi9pc5qZvOdEaVm8q-97" parent="RDBQi9pc5qZvOdEaVm8q-95" style="line;strokeWidth=1;fillColor=none;align=left;verticalAlign=middle;spacingTop=-1;spacingLeft=3;spacingRight=3;rotatable=0;labelPosition=right;points=[];portConstraint=eastwest;strokeColor=inherit;" value="" vertex="1">
          <mxGeometry height="8" width="160" y="40" as="geometry" />
        </mxCell>
        <mxCell id="RDBQi9pc5qZvOdEaVm8q-98" parent="RDBQi9pc5qZvOdEaVm8q-95" style="text;strokeColor=none;fillColor=none;align=left;verticalAlign=top;spacingLeft=4;spacingRight=4;overflow=hidden;rotatable=0;points=[[0,0.5],[1,0.5]];portConstraint=eastwest;whiteSpace=wrap;html=1;" value="&lt;font&gt;&amp;nbsp;&lt;/font&gt;" vertex="1">
          <mxGeometry height="22" width="160" y="48" as="geometry" />
        </mxCell>
        <mxCell id="RDBQi9pc5qZvOdEaVm8q-102" parent="RDBQi9pc5qZvOdEaVm8q-95" style="text;html=1;whiteSpace=wrap;strokeColor=none;fillColor=none;align=center;verticalAlign=middle;rounded=0;" value="0 .. *" vertex="1">
          <mxGeometry height="20" width="47" x="4" y="30" as="geometry" />
        </mxCell>
-         <mxCell id="RDBQi9pc5qZvOdEaVm8q-99" edge="1" parent="1" source="RDBQi9pc5qZvOdEaVm8q-95" style="endArrow=none;html=1;rounded=0;exitX=0.061;exitY=-0.11;exitDx=0;exitDy=0;exitPerimeter=0;" value="">
-           <mxGeometry height="50" relative="1" width="50" as="geometry">
-             <mxPoint x="350" y="300" as="sourcePoint" />
-             <mxPoint x="400" y="250" as="targetPoint" />
-           </mxGeometry>
-         </mxCell>
-         <mxCell id="RDBQi9pc5qZvOdEaVm8q-100" parent="1" style="text;html=1;whiteSpace=wrap;strokeColor=none;fillColor=none;align=center;verticalAlign=middle;rounded=0;" value="0 .. *" vertex="1">
-           <mxGeometry height="20" width="47" x="413" y="280" as="geometry" />
-         </mxCell>
        <mxCell id="RDBQi9pc5qZvOdEaVm8q-101" edge="1" parent="1" style="endArrow=none;html=1;rounded=0;" value="">
          <mxGeometry height="50" relative="1" width="50" as="geometry">
            <mxPoint x="389" y="400" as="sourcePoint" />
            <mxPoint x="420" y="330" as="targetPoint" />
          </mxGeometry>
        </mxCell>
        <mxCell id="RDBQi9pc5qZvOdEaVm8q-103" parent="1" style="text;html=1;whiteSpace=wrap;strokeColor=none;fillColor=none;align=center;verticalAlign=middle;rounded=0;" value="0 .. 1" vertex="1">
          <mxGeometry height="10" width="30" x="421.5" y="340" as="geometry" />
        </mxCell>
-         <mxCell id="RDBQi9pc5qZvOdEaVm8q-104" edge="1" parent="1" style="endArrow=none;html=1;rounded=0;" value="">
-           <mxGeometry height="50" relative="1" width="50" as="geometry">
-             <mxPoint x="490" y="300" as="sourcePoint" />
-             <mxPoint x="520" y="240" as="targetPoint" />
-           </mxGeometry>
-         </mxCell>
-         <mxCell id="RDBQi9pc5qZvOdEaVm8q-105" parent="1" style="text;html=1;whiteSpace=wrap;strokeColor=none;fillColor=none;align=center;verticalAlign=middle;rounded=0;" value="0 .. *" vertex="1">
-           <mxGeometry height="20" width="30" x="500" y="280" as="geometry" />
-         </mxCell>
        <mxCell id="RDBQi9pc5qZvOdEaVm8q-106" edge="1" parent="1" style="endArrow=none;html=1;rounded=0;" value="">
          <mxGeometry height="50" relative="1" width="50" as="geometry">
            <mxPoint x="320" y="220" as="sourcePoint" />
            <mxPoint x="320" y="90" as="targetPoint" />
          </mxGeometry>
        </mxCell>
        <mxCell id="RDBQi9pc5qZvOdEaVm8q-107" edge="1" parent="1" style="endArrow=none;html=1;rounded=0;entryX=-0.045;entryY=0.405;entryDx=0;entryDy=0;entryPerimeter=0;" target="RDBQi9pc5qZvOdEaVm8q-87" value="">
          <mxGeometry height="50" relative="1" width="50" as="geometry">
            <mxPoint x="320" y="90" as="sourcePoint" />
            <mxPoint x="370" y="110" as="targetPoint" />
          </mxGeometry>
        </mxCell>
-         <mxCell id="RDBQi9pc5qZvOdEaVm8q-109" collapsed="1" parent="1" style="swimlane;fontStyle=1;align=center;verticalAlign=top;childLayout=stackLayout;horizontal=1;startSize=26;horizontalStack=0;resizeParent=1;resizeParentMax=0;resizeLast=0;collapsible=1;marginBottom=0;whiteSpace=wrap;html=1;" value="Al·lergen" vertex="1">
-           <mxGeometry height="30" width="100" x="286.5" y="680" as="geometry">
-             <mxRectangle height="70" width="160" x="200" y="515" as="alternateBounds" />
-           </mxGeometry>
-         </mxCell>
-         <mxCell id="RDBQi9pc5qZvOdEaVm8q-110" parent="RDBQi9pc5qZvOdEaVm8q-109" style="text;strokeColor=none;fillColor=none;align=left;verticalAlign=top;spacingLeft=4;spacingRight=4;overflow=hidden;rotatable=0;points=[[0,0.5],[1,0.5]];portConstraint=eastwest;whiteSpace=wrap;html=1;" value="&amp;nbsp;" vertex="1">
-           <mxGeometry height="14" width="160" y="26" as="geometry" />
-         </mxCell>
-         <mxCell id="RDBQi9pc5qZvOdEaVm8q-111" parent="RDBQi9pc5qZvOdEaVm8q-109" style="line;strokeWidth=1;fillColor=none;align=left;verticalAlign=middle;spacingTop=-1;spacingLeft=3;spacingRight=3;rotatable=0;labelPosition=right;points=[];portConstraint=eastwest;strokeColor=inherit;" value="" vertex="1">
-           <mxGeometry height="8" width="160" y="40" as="geometry" />
-         </mxCell>
-         <mxCell id="RDBQi9pc5qZvOdEaVm8q-112" parent="RDBQi9pc5qZvOdEaVm8q-109" style="text;strokeColor=none;fillColor=none;align=left;verticalAlign=top;spacingLeft=4;spacingRight=4;overflow=hidden;rotatable=0;points=[[0,0.5],[1,0.5]];portConstraint=eastwest;whiteSpace=wrap;html=1;" value="&lt;font&gt;&amp;nbsp;&lt;/font&gt;" vertex="1">
-           <mxGeometry height="22" width="160" y="48" as="geometry" />
-         </mxCell>
-         <mxCell id="RDBQi9pc5qZvOdEaVm8q-114" edge="1" parent="1" source="RDBQi9pc5qZvOdEaVm8q-109" style="endArrow=diamondThin;endFill=0;endSize=24;html=1;rounded=0;exitX=1;exitY=0.5;exitDx=0;exitDy=0;entryX=0;entryY=0.5;entryDx=0;entryDy=0;" target="RDBQi9pc5qZvOdEaVm8q-56" value="">
-           <mxGeometry relative="1" width="160" as="geometry">
-             <mxPoint x="367" y="720" as="sourcePoint" />
-             <mxPoint x="410" y="690" as="targetPoint" />
-           </mxGeometry>
-         </mxCell>
        <mxCell id="RDBQi9pc5qZvOdEaVm8q-115" parent="1" style="text;html=1;whiteSpace=wrap;strokeColor=none;fillColor=none;align=center;verticalAlign=middle;rounded=0;" value="1 .. *" vertex="1">
          <mxGeometry height="10" width="27" x="530" y="750" as="geometry" />
        </mxCell>
-         <mxCell id="RDBQi9pc5qZvOdEaVm8q-116" parent="1" style="text;html=1;whiteSpace=wrap;strokeColor=none;fillColor=none;align=center;verticalAlign=middle;rounded=0;" value="0 .. *" vertex="1">
-           <mxGeometry height="10" width="27" x="386" y="670" as="geometry" />
-         </mxCell>
        <mxCell id="RDBQi9pc5qZvOdEaVm8q-117" parent="1" style="text;html=1;whiteSpace=wrap;strokeColor=none;fillColor=none;align=center;verticalAlign=middle;rounded=0;" value="0 .. *" vertex="1">
          <mxGeometry height="10" width="27" x="493" y="660" as="geometry" />
        </mxCell>
-         <mxCell id="RDBQi9pc5qZvOdEaVm8q-119" collapsed="1" parent="1" style="swimlane;fontStyle=1;align=center;verticalAlign=top;childLayout=stackLayout;horizontal=1;startSize=26;horizontalStack=0;resizeParent=1;resizeParentMax=0;resizeLast=0;collapsible=1;marginBottom=0;whiteSpace=wrap;html=1;" value="Estat" vertex="1">
-           <mxGeometry height="30" width="100" x="310" y="515" as="geometry">
-             <mxRectangle height="70" width="160" x="200" y="515" as="alternateBounds" />
-           </mxGeometry>
-         </mxCell>
-         <mxCell id="RDBQi9pc5qZvOdEaVm8q-120" parent="RDBQi9pc5qZvOdEaVm8q-119" style="text;strokeColor=none;fillColor=none;align=left;verticalAlign=top;spacingLeft=4;spacingRight=4;overflow=hidden;rotatable=0;points=[[0,0.5],[1,0.5]];portConstraint=eastwest;whiteSpace=wrap;html=1;" value="&amp;nbsp;" vertex="1">
-           <mxGeometry height="14" width="160" y="26" as="geometry" />
-         </mxCell>
-         <mxCell id="RDBQi9pc5qZvOdEaVm8q-121" parent="RDBQi9pc5qZvOdEaVm8q-119" style="line;strokeWidth=1;fillColor=none;align=left;verticalAlign=middle;spacingTop=-1;spacingLeft=3;spacingRight=3;rotatable=0;labelPosition=right;points=[];portConstraint=eastwest;strokeColor=inherit;" value="" vertex="1">
-           <mxGeometry height="8" width="160" y="40" as="geometry" />
-         </mxCell>
-         <mxCell id="RDBQi9pc5qZvOdEaVm8q-122" parent="RDBQi9pc5qZvOdEaVm8q-119" style="text;strokeColor=none;fillColor=none;align=left;verticalAlign=top;spacingLeft=4;spacingRight=4;overflow=hidden;rotatable=0;points=[[0,0.5],[1,0.5]];portConstraint=eastwest;whiteSpace=wrap;html=1;" value="&lt;font&gt;&amp;nbsp;&lt;/font&gt;" vertex="1">
-           <mxGeometry height="22" width="160" y="48" as="geometry" />
-         </mxCell>
-         <mxCell id="RDBQi9pc5qZvOdEaVm8q-123" edge="1" parent="1" source="RDBQi9pc5qZvOdEaVm8q-119" style="endArrow=none;html=1;rounded=0;exitX=0.391;exitY=0.024;exitDx=0;exitDy=0;exitPerimeter=0;" value="">
-           <mxGeometry height="50" relative="1" width="50" as="geometry">
-             <mxPoint x="298.5" y="480" as="sourcePoint" />
-             <mxPoint x="348.5" y="430" as="targetPoint" />
-           </mxGeometry>
-         </mxCell>
        <mxCell id="RDBQi9pc5qZvOdEaVm8q-129" collapsed="1" parent="1" style="swimlane;fontStyle=1;align=center;verticalAlign=top;childLayout=stackLayout;horizontal=1;startSize=26;horizontalStack=0;resizeParent=1;resizeParentMax=0;resizeLast=0;collapsible=1;marginBottom=0;whiteSpace=wrap;html=1;" value="Pla Mensual" vertex="1">
          <mxGeometry height="30" width="100" x="130" y="230" as="geometry">
            <mxRectangle height="70" width="160" x="200" y="515" as="alternateBounds" />
          </mxGeometry>
        </mxCell>
        <mxCell id="RDBQi9pc5qZvOdEaVm8q-130" parent="RDBQi9pc5qZvOdEaVm8q-129" style="text;strokeColor=none;fillColor=none;align=left;verticalAlign=top;spacingLeft=4;spacingRight=4;overflow=hidden;rotatable=0;points=[[0,0.5],[1,0.5]];portConstraint=eastwest;whiteSpace=wrap;html=1;" value="&amp;nbsp;" vertex="1">
          <mxGeometry height="14" width="160" y="26" as="geometry" />
        </mxCell>
        <mxCell id="RDBQi9pc5qZvOdEaVm8q-131" parent="RDBQi9pc5qZvOdEaVm8q-129" style="line;strokeWidth=1;fillColor=none;align=left;verticalAlign=middle;spacingTop=-1;spacingLeft=3;spacingRight=3;rotatable=0;labelPosition=right;points=[];portConstraint=eastwest;strokeColor=inherit;" value="" vertex="1">
          <mxGeometry height="8" width="160" y="40" as="geometry" />
        </mxCell>
        <mxCell id="RDBQi9pc5qZvOdEaVm8q-132" parent="RDBQi9pc5qZvOdEaVm8q-129" style="text;strokeColor=none;fillColor=none;align=left;verticalAlign=top;spacingLeft=4;spacingRight=4;overflow=hidden;rotatable=0;points=[[0,0.5],[1,0.5]];portConstraint=eastwest;whiteSpace=wrap;html=1;" value="&lt;font&gt;&amp;nbsp;&lt;/font&gt;" vertex="1">
          <mxGeometry height="22" width="160" y="48" as="geometry" />
        </mxCell>
        <mxCell id="RDBQi9pc5qZvOdEaVm8q-133" parent="RDBQi9pc5qZvOdEaVm8q-129" style="text;html=1;whiteSpace=wrap;strokeColor=none;fillColor=none;align=center;verticalAlign=middle;rounded=0;" value="0 .. *" vertex="1">
          <mxGeometry height="20" width="47" x="4" y="30" as="geometry" />
        </mxCell>
        <mxCell id="RDBQi9pc5qZvOdEaVm8q-134" edge="1" parent="1" source="RDBQi9pc5qZvOdEaVm8q-129" style="endArrow=none;html=1;rounded=0;exitX=1.027;exitY=0.382;exitDx=0;exitDy=0;exitPerimeter=0;entryX=0.016;entryY=0.632;entryDx=0;entryDy=0;entryPerimeter=0;" target="nV1tfetJPaH9jbZvS-Vc-1" value="">
          <mxGeometry height="50" relative="1" width="50" as="geometry">
            <mxPoint x="220" y="290" as="sourcePoint" />
            <mxPoint x="280" y="240" as="targetPoint" />
          </mxGeometry>
        </mxCell>
        <mxCell id="RDBQi9pc5qZvOdEaVm8q-135" parent="1" style="text;html=1;whiteSpace=wrap;strokeColor=none;fillColor=none;align=center;verticalAlign=middle;rounded=0;" value="0 .. *" vertex="1">
          <mxGeometry height="20" width="47" x="336.5" y="65" as="geometry" />
        </mxCell>
        <mxCell id="RDBQi9pc5qZvOdEaVm8q-137" edge="1" parent="1" source="RDBQi9pc5qZvOdEaVm8q-87" style="endArrow=none;html=1;rounded=0;exitX=0.986;exitY=0.386;exitDx=0;exitDy=0;exitPerimeter=0;" value="">
          <mxGeometry height="50" relative="1" width="50" as="geometry">
            <mxPoint x="550" y="160" as="sourcePoint" />
            <mxPoint x="560" y="92" as="targetPoint" />
          </mxGeometry>
        </mxCell>
        <mxCell id="RDBQi9pc5qZvOdEaVm8q-139" edge="1" parent="1" source="RDBQi9pc5qZvOdEaVm8q-6" style="endArrow=none;html=1;rounded=0;exitX=0.536;exitY=-0.031;exitDx=0;exitDy=0;exitPerimeter=0;" value="">
          <mxGeometry height="50" relative="1" width="50" as="geometry">
            <mxPoint x="560" y="190" as="sourcePoint" />
            <mxPoint x="560" y="90" as="targetPoint" />
          </mxGeometry>
        </mxCell>
        <mxCell id="RDBQi9pc5qZvOdEaVm8q-140" parent="1" style="text;html=1;whiteSpace=wrap;strokeColor=none;fillColor=none;align=center;verticalAlign=middle;rounded=0;" value="0 .. *" vertex="1">
          <mxGeometry height="20" width="47" x="487" y="90" as="geometry" />
        </mxCell>
        <mxCell id="RDBQi9pc5qZvOdEaVm8q-142" edge="1" parent="1" style="endArrow=none;html=1;rounded=0;" value="">
          <mxGeometry height="50" relative="1" width="50" as="geometry">
            <mxPoint x="460" y="760" as="sourcePoint" />
            <mxPoint x="460" y="710" as="targetPoint" />
          </mxGeometry>
        </mxCell>
        <mxCell id="RDBQi9pc5qZvOdEaVm8q-143" edge="1" parent="1" style="endArrow=none;html=1;rounded=0;" value="">
          <mxGeometry height="50" relative="1" width="50" as="geometry">
            <mxPoint x="160" y="760" as="sourcePoint" />
            <mxPoint x="460" y="760" as="targetPoint" />
          </mxGeometry>
        </mxCell>
        <mxCell id="RDBQi9pc5qZvOdEaVm8q-144" edge="1" parent="1" style="endArrow=none;html=1;rounded=0;" value="">
          <mxGeometry height="50" relative="1" width="50" as="geometry">
            <mxPoint x="160" y="760" as="sourcePoint" />
            <mxPoint x="160" y="410" as="targetPoint" />
          </mxGeometry>
        </mxCell>
        <mxCell id="RDBQi9pc5qZvOdEaVm8q-145" edge="1" parent="1" style="endArrow=diamondThin;endFill=0;endSize=24;html=1;rounded=0;entryX=-0.009;entryY=0.38;entryDx=0;entryDy=0;entryPerimeter=0;" target="RDBQi9pc5qZvOdEaVm8q-14" value="">
          <mxGeometry relative="1" width="160" as="geometry">
            <mxPoint x="160" y="410" as="sourcePoint" />
            <mxPoint x="253" y="414.76" as="targetPoint" />
          </mxGeometry>
        </mxCell>
        <mxCell id="RDBQi9pc5qZvOdEaVm8q-147" parent="1" style="text;html=1;whiteSpace=wrap;strokeColor=none;fillColor=none;align=center;verticalAlign=middle;rounded=0;" value="1 .. *" vertex="1">
-           <mxGeometry height="10" width="27" x="433" y="710" as="geometry" />
+           <mxGeometry height="10" width="27" x="430" y="720" as="geometry" />
        </mxCell>
        <mxCell id="RDBQi9pc5qZvOdEaVm8q-148" collapsed="1" parent="1" style="swimlane;fontStyle=1;align=center;verticalAlign=top;childLayout=stackLayout;horizontal=1;startSize=26;horizontalStack=0;resizeParent=1;resizeParentMax=0;resizeLast=0;collapsible=1;marginBottom=0;whiteSpace=wrap;html=1;" value="Proposta" vertex="1">
          <mxGeometry height="30" width="100" x="390" y="140" as="geometry">
            <mxRectangle height="70" width="160" x="200" y="515" as="alternateBounds" />
          </mxGeometry>
        </mxCell>
        <mxCell id="RDBQi9pc5qZvOdEaVm8q-149" parent="RDBQi9pc5qZvOdEaVm8q-148" style="text;strokeColor=none;fillColor=none;align=left;verticalAlign=top;spacingLeft=4;spacingRight=4;overflow=hidden;rotatable=0;points=[[0,0.5],[1,0.5]];portConstraint=eastwest;whiteSpace=wrap;html=1;" value="&amp;nbsp;" vertex="1">
          <mxGeometry height="14" width="160" y="26" as="geometry" />
        </mxCell>
        <mxCell id="RDBQi9pc5qZvOdEaVm8q-150" parent="RDBQi9pc5qZvOdEaVm8q-148" style="line;strokeWidth=1;fillColor=none;align=left;verticalAlign=middle;spacingTop=-1;spacingLeft=3;spacingRight=3;rotatable=0;labelPosition=right;points=[];portConstraint=eastwest;strokeColor=inherit;" value="" vertex="1">
          <mxGeometry height="8" width="160" y="40" as="geometry" />
        </mxCell>
        <mxCell id="RDBQi9pc5qZvOdEaVm8q-151" parent="RDBQi9pc5qZvOdEaVm8q-148" style="text;strokeColor=none;fillColor=none;align=left;verticalAlign=top;spacingLeft=4;spacingRight=4;overflow=hidden;rotatable=0;points=[[0,0.5],[1,0.5]];portConstraint=eastwest;whiteSpace=wrap;html=1;" value="&lt;font&gt;&amp;nbsp;&lt;/font&gt;" vertex="1">
          <mxGeometry height="22" width="160" y="48" as="geometry" />
        </mxCell>
        <mxCell id="RDBQi9pc5qZvOdEaVm8q-152" parent="RDBQi9pc5qZvOdEaVm8q-148" style="text;html=1;whiteSpace=wrap;strokeColor=none;fillColor=none;align=center;verticalAlign=middle;rounded=0;" value="0 .. *" vertex="1">
          <mxGeometry height="20" width="47" x="4" y="30" as="geometry" />
        </mxCell>
        <mxCell id="KKz80bmO-ZhG0TnF5GcI-1" edge="1" parent="1" style="endArrow=none;html=1;rounded=0;entryX=0.25;entryY=1;entryDx=0;entryDy=0;" target="RDBQi9pc5qZvOdEaVm8q-148" value="">
          <mxGeometry height="50" relative="1" width="50" as="geometry">
            <mxPoint x="400" y="220" as="sourcePoint" />
            <mxPoint x="440" y="160" as="targetPoint" />
          </mxGeometry>
        </mxCell>
        <mxCell id="KKz80bmO-ZhG0TnF5GcI-2" edge="1" parent="1" source="RDBQi9pc5qZvOdEaVm8q-6" style="endArrow=none;html=1;rounded=0;exitX=0.211;exitY=-0.007;exitDx=0;exitDy=0;exitPerimeter=0;" value="">
          <mxGeometry height="50" relative="1" width="50" as="geometry">
            <mxPoint x="421.5" y="220" as="sourcePoint" />
            <mxPoint x="471.5" y="170" as="targetPoint" />
          </mxGeometry>
        </mxCell>
        <mxCell id="KKz80bmO-ZhG0TnF5GcI-3" edge="1" parent="1" source="RDBQi9pc5qZvOdEaVm8q-148" style="endArrow=none;html=1;rounded=0;exitX=0.505;exitY=-0.094;exitDx=0;exitDy=0;exitPerimeter=0;" value="">
          <mxGeometry height="50" relative="1" width="50" as="geometry">
            <mxPoint x="421.5" y="160" as="sourcePoint" />
            <mxPoint x="441.5" y="110" as="targetPoint" />
          </mxGeometry>
        </mxCell>
        <mxCell id="KKz80bmO-ZhG0TnF5GcI-4" parent="1" style="text;html=1;whiteSpace=wrap;strokeColor=none;fillColor=none;align=center;verticalAlign=middle;rounded=0;" value="0 .. *" vertex="1">
          <mxGeometry height="20" width="47" x="363" y="170" as="geometry" />
        </mxCell>
        <mxCell id="KKz80bmO-ZhG0TnF5GcI-5" parent="1" style="text;html=1;whiteSpace=wrap;strokeColor=none;fillColor=none;align=center;verticalAlign=middle;rounded=0;" value="0 .. *" vertex="1">
          <mxGeometry height="20" width="47" x="483" y="160" as="geometry" />
        </mxCell>
        <mxCell id="KKz80bmO-ZhG0TnF5GcI-6" edge="1" parent="1" source="nV1tfetJPaH9jbZvS-Vc-1" style="endArrow=block;endSize=16;endFill=0;html=1;rounded=0;exitX=0;exitY=0;exitDx=0;exitDy=0;" value="">
          <mxGeometry relative="1" width="160" as="geometry">
            <mxPoint x="126.5" y="180" as="sourcePoint" />
            <mxPoint x="260" y="50" as="targetPoint" />
          </mxGeometry>
        </mxCell>
        <mxCell id="KKz80bmO-ZhG0TnF5GcI-7" edge="1" parent="1" style="endArrow=block;endSize=16;endFill=0;html=1;rounded=0;entryX=1;entryY=0.5;entryDx=0;entryDy=0;" value="">
          <mxGeometry relative="1" width="160" as="geometry">
            <mxPoint x="580" y="34.8" as="sourcePoint" />
            <mxPoint x="300" y="34.8" as="targetPoint" />
          </mxGeometry>
        </mxCell>
        <mxCell id="KKz80bmO-ZhG0TnF5GcI-8" edge="1" parent="1" source="RDBQi9pc5qZvOdEaVm8q-6" style="endArrow=none;html=1;rounded=0;exitX=0.75;exitY=0;exitDx=0;exitDy=0;" value="">
          <mxGeometry height="50" relative="1" width="50" as="geometry">
            <mxPoint x="530" y="100" as="sourcePoint" />
            <mxPoint x="580" y="30" as="targetPoint" />
          </mxGeometry>
        </mxCell>
        <mxCell id="KKz80bmO-ZhG0TnF5GcI-9" edge="1" parent="1" style="endArrow=block;endSize=16;endFill=0;html=1;rounded=0;entryX=0;entryY=0.5;entryDx=0;entryDy=0;" target="RDBQi9pc5qZvOdEaVm8q-1" value="">
          <mxGeometry relative="1" width="160" as="geometry">
            <mxPoint x="60" y="40" as="sourcePoint" />
            <mxPoint x="50" y="50" as="targetPoint" />
          </mxGeometry>
        </mxCell>
        <mxCell id="KKz80bmO-ZhG0TnF5GcI-10" edge="1" parent="1" style="endArrow=none;html=1;rounded=0;" value="">
          <mxGeometry height="50" relative="1" width="50" as="geometry">
            <mxPoint x="60" y="630" as="sourcePoint" />
            <mxPoint x="60" y="40" as="targetPoint" />
          </mxGeometry>
        </mxCell>
        <mxCell id="KKz80bmO-ZhG0TnF5GcI-11" edge="1" parent="1" style="endArrow=none;html=1;rounded=0;entryX=0;entryY=0.5;entryDx=0;entryDy=0;" value="">
          <mxGeometry height="50" relative="1" width="50" as="geometry">
            <mxPoint x="60" y="630" as="sourcePoint" />
            <mxPoint x="420" y="630" as="targetPoint" />
          </mxGeometry>
        </mxCell>
        <mxCell id="KKz80bmO-ZhG0TnF5GcI-12" collapsed="1" parent="1" style="swimlane;fontStyle=1;align=center;verticalAlign=top;childLayout=stackLayout;horizontal=1;startSize=26;horizontalStack=0;resizeParent=1;resizeParentMax=0;resizeLast=0;collapsible=1;marginBottom=0;whiteSpace=wrap;html=1;" value="missatge" vertex="1">
          <mxGeometry height="30" width="100" x="393" y="-50" as="geometry">
            <mxRectangle height="70" width="160" x="200" y="515" as="alternateBounds" />
          </mxGeometry>
        </mxCell>
        <mxCell id="KKz80bmO-ZhG0TnF5GcI-13" parent="KKz80bmO-ZhG0TnF5GcI-12" style="text;strokeColor=none;fillColor=none;align=left;verticalAlign=top;spacingLeft=4;spacingRight=4;overflow=hidden;rotatable=0;points=[[0,0.5],[1,0.5]];portConstraint=eastwest;whiteSpace=wrap;html=1;" value="&amp;nbsp;" vertex="1">
          <mxGeometry height="14" width="160" y="26" as="geometry" />
        </mxCell>
        <mxCell id="KKz80bmO-ZhG0TnF5GcI-14" parent="KKz80bmO-ZhG0TnF5GcI-12" style="line;strokeWidth=1;fillColor=none;align=left;verticalAlign=middle;spacingTop=-1;spacingLeft=3;spacingRight=3;rotatable=0;labelPosition=right;points=[];portConstraint=eastwest;strokeColor=inherit;" value="" vertex="1">
          <mxGeometry height="8" width="160" y="40" as="geometry" />
        </mxCell>
        <mxCell id="KKz80bmO-ZhG0TnF5GcI-15" parent="KKz80bmO-ZhG0TnF5GcI-12" style="text;strokeColor=none;fillColor=none;align=left;verticalAlign=top;spacingLeft=4;spacingRight=4;overflow=hidden;rotatable=0;points=[[0,0.5],[1,0.5]];portConstraint=eastwest;whiteSpace=wrap;html=1;" value="&lt;font&gt;&amp;nbsp;&lt;/font&gt;" vertex="1">
          <mxGeometry height="22" width="160" y="48" as="geometry" />
        </mxCell>
        <mxCell id="KKz80bmO-ZhG0TnF5GcI-16" edge="1" parent="1" source="KKz80bmO-ZhG0TnF5GcI-12" style="endArrow=diamondThin;endFill=1;endSize=24;html=1;rounded=0;entryX=0.517;entryY=-0.076;entryDx=0;entryDy=0;entryPerimeter=0;exitX=0.5;exitY=1;exitDx=0;exitDy=0;" target="RDBQi9pc5qZvOdEaVm8q-87" value="">
          <mxGeometry relative="1" width="160" as="geometry">
            <mxPoint x="286.5" y="40" as="sourcePoint" />
            <mxPoint x="446.5" y="40" as="targetPoint" />
          </mxGeometry>
        </mxCell>
        <mxCell id="KKz80bmO-ZhG0TnF5GcI-17" parent="1" style="text;html=1;whiteSpace=wrap;strokeColor=none;fillColor=none;align=center;verticalAlign=middle;rounded=0;" value="0 .. *" vertex="1">
          <mxGeometry height="20" width="47" x="440" y="-20" as="geometry" />
        </mxCell>
        <mxCell id="V7eIs9r0I3R06LuuLP8c-3" edge="1" parent="1" style="endArrow=none;html=1;rounded=0;" value="">
          <mxGeometry height="50" relative="1" width="50" as="geometry">
            <mxPoint x="260" y="145" as="sourcePoint" />
            <mxPoint x="390" y="145" as="targetPoint" />
          </mxGeometry>
        </mxCell>
        <mxCell id="V7eIs9r0I3R06LuuLP8c-4" edge="1" parent="1" style="endArrow=none;html=1;rounded=0;" value="">
          <mxGeometry height="50" relative="1" width="50" as="geometry">
            <mxPoint x="260" y="360" as="sourcePoint" />
            <mxPoint x="260" y="145" as="targetPoint" />
          </mxGeometry>
        </mxCell>
        <mxCell id="V7eIs9r0I3R06LuuLP8c-5" edge="1" parent="1" style="endArrow=none;html=1;rounded=0;" value="">
          <mxGeometry height="50" relative="1" width="50" as="geometry">
            <mxPoint x="260" y="360" as="sourcePoint" />
            <mxPoint x="310" y="360" as="targetPoint" />
          </mxGeometry>
        </mxCell>
        <mxCell id="V7eIs9r0I3R06LuuLP8c-6" edge="1" parent="1" source="RDBQi9pc5qZvOdEaVm8q-14" style="endArrow=none;html=1;rounded=0;exitX=0.125;exitY=-0.109;exitDx=0;exitDy=0;exitPerimeter=0;" value="">
          <mxGeometry height="50" relative="1" width="50" as="geometry">
            <mxPoint x="260" y="410" as="sourcePoint" />
            <mxPoint x="310" y="360" as="targetPoint" />
          </mxGeometry>
        </mxCell>
      </root>
    </mxGraphModel>
  </diagram>
</mxfile>
